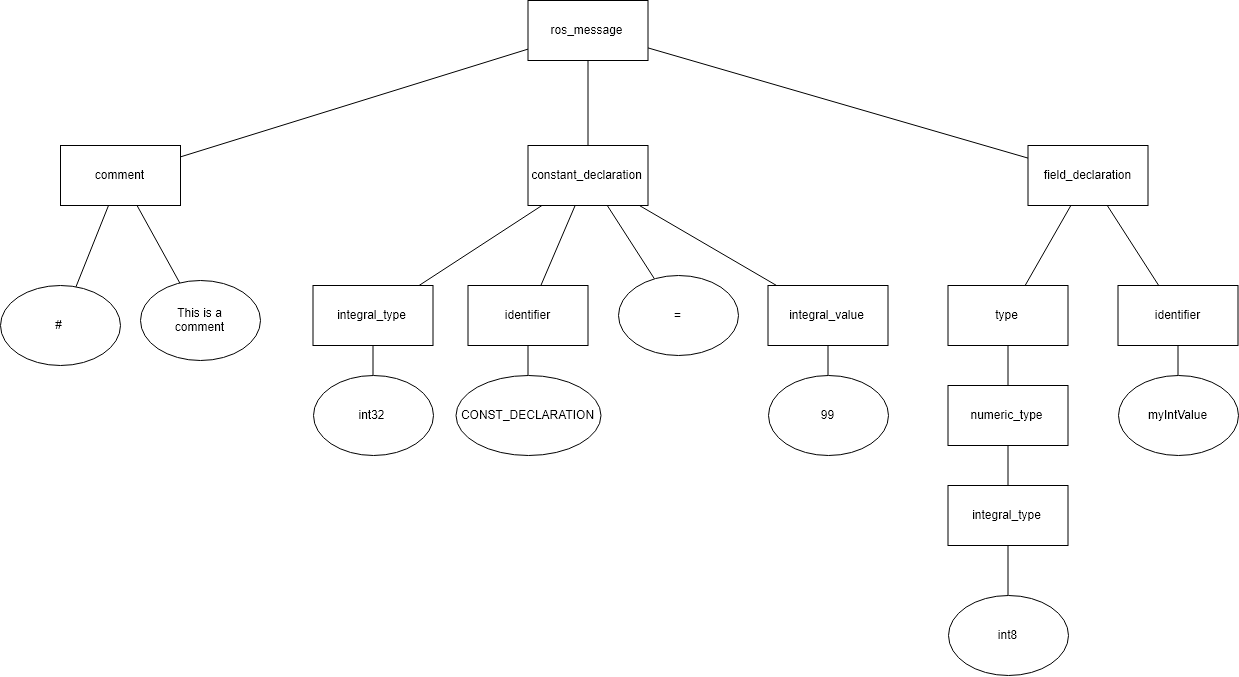
Earlier version of the draw.io export assets/simple-message-tree.png (jr-robotics/RobSharper.Ros.MessageParser). Source tidied: cells renumbered, new cells last; positions are measured from the earlier drawing's top-left corner, leaving out a move shared by most shapes. Its diagram source:
```xml
<mxGraphModel>
  <root>
    <mxCell id="0" />
    <mxCell id="1" parent="0" />
    <mxCell id="2" style="edgeStyle=none;rounded=0;jettySize=auto;html=1;endArrow=none;endFill=0;" parent="1" edge="1" source="4" target="9">
      <mxGeometry relative="1" as="geometry" />
    </mxCell>
    <mxCell id="3" style="edgeStyle=none;rounded=0;jettySize=auto;html=1;endArrow=none;endFill=0;" parent="1" edge="1" source="4" target="36">
      <mxGeometry relative="1" as="geometry" />
    </mxCell>
    <mxCell id="4" value="ros_message" style="rounded=0;whiteSpace=wrap;html=1;" parent="1" vertex="1">
      <mxGeometry x="527.5" width="120" height="60" as="geometry" />
    </mxCell>
    <mxCell id="5" style="edgeStyle=none;rounded=0;jettySize=auto;html=1;endArrow=none;endFill=0;" parent="1" edge="1" source="9" target="11">
      <mxGeometry relative="1" as="geometry" />
    </mxCell>
    <mxCell id="6" style="edgeStyle=none;rounded=0;jettySize=auto;html=1;endArrow=none;endFill=0;" parent="1" edge="1" source="9" target="14">
      <mxGeometry relative="1" as="geometry" />
    </mxCell>
    <mxCell id="7" style="edgeStyle=none;rounded=0;jettySize=auto;html=1;endArrow=none;endFill=0;" parent="1" edge="1" source="9" target="17">
      <mxGeometry relative="1" as="geometry" />
    </mxCell>
    <mxCell id="8" style="edgeStyle=none;rounded=0;jettySize=auto;html=1;endArrow=none;endFill=0;" parent="1" edge="1" source="9" target="20">
      <mxGeometry relative="1" as="geometry" />
    </mxCell>
    <mxCell id="9" value="constant_declaration&lt;br&gt;" style="rounded=0;whiteSpace=wrap;html=1;" parent="1" vertex="1">
      <mxGeometry x="527.5" y="145" width="120" height="60" as="geometry" />
    </mxCell>
    <mxCell id="10" style="edgeStyle=none;rounded=0;jettySize=auto;html=1;endArrow=none;endFill=0;" parent="1" edge="1" source="11" target="12">
      <mxGeometry relative="1" as="geometry" />
    </mxCell>
    <mxCell id="11" value="integral_type&lt;br&gt;" style="rounded=0;whiteSpace=wrap;html=1;" parent="1" vertex="1">
      <mxGeometry x="312.5" y="285" width="120" height="60" as="geometry" />
    </mxCell>
    <mxCell id="12" value="int32" style="ellipse;whiteSpace=wrap;html=1;" parent="1" vertex="1">
      <mxGeometry x="312.5" y="375" width="120" height="80" as="geometry" />
    </mxCell>
    <mxCell id="13" style="edgeStyle=none;rounded=0;jettySize=auto;html=1;endArrow=none;endFill=0;" parent="1" edge="1" source="14" target="15">
      <mxGeometry relative="1" as="geometry" />
    </mxCell>
    <mxCell id="14" value="identifier&lt;br&gt;" style="rounded=0;whiteSpace=wrap;html=1;" parent="1" vertex="1">
      <mxGeometry x="467.5" y="285" width="120" height="60" as="geometry" />
    </mxCell>
    <mxCell id="15" value="CONST_DECLARATION" style="ellipse;whiteSpace=wrap;html=1;" parent="1" vertex="1">
      <mxGeometry x="455" y="375" width="145" height="80" as="geometry" />
    </mxCell>
    <mxCell id="16" style="edgeStyle=none;rounded=0;jettySize=auto;html=1;endArrow=none;endFill=0;" parent="1" edge="1" source="17" target="18">
      <mxGeometry relative="1" as="geometry" />
    </mxCell>
    <mxCell id="17" value="integral_value" style="rounded=0;whiteSpace=wrap;html=1;" parent="1" vertex="1">
      <mxGeometry x="767.5" y="285" width="120" height="60" as="geometry" />
    </mxCell>
    <mxCell id="18" value="99" style="ellipse;whiteSpace=wrap;html=1;" parent="1" vertex="1">
      <mxGeometry x="767.5" y="375" width="120" height="80" as="geometry" />
    </mxCell>
    <mxCell id="19" style="edgeStyle=none;rounded=0;jettySize=auto;html=1;endArrow=none;endFill=0;" parent="1" edge="1" source="4" target="23">
      <mxGeometry relative="1" as="geometry" />
    </mxCell>
    <mxCell id="20" value="=" style="ellipse;whiteSpace=wrap;html=1;" parent="1" vertex="1">
      <mxGeometry x="617.5" y="275" width="120" height="80" as="geometry" />
    </mxCell>
    <mxCell id="21" style="edgeStyle=none;rounded=0;jettySize=auto;html=1;endArrow=none;endFill=0;" parent="1" edge="1" source="23" target="25">
      <mxGeometry relative="1" as="geometry" />
    </mxCell>
    <mxCell id="22" style="edgeStyle=none;rounded=0;jettySize=auto;html=1;endArrow=none;endFill=0;" parent="1" edge="1" source="23" target="32">
      <mxGeometry relative="1" as="geometry" />
    </mxCell>
    <mxCell id="23" value="field_declaration" style="rounded=0;whiteSpace=wrap;html=1;" parent="1" vertex="1">
      <mxGeometry x="1027.5" y="145" width="120" height="60" as="geometry" />
    </mxCell>
    <mxCell id="24" style="edgeStyle=none;rounded=0;jettySize=auto;html=1;endArrow=none;endFill=0;" parent="1" edge="1" source="25" target="27">
      <mxGeometry relative="1" as="geometry" />
    </mxCell>
    <mxCell id="25" value="type" style="rounded=0;whiteSpace=wrap;html=1;" parent="1" vertex="1">
      <mxGeometry x="947.5" y="285" width="120" height="60" as="geometry" />
    </mxCell>
    <mxCell id="26" style="edgeStyle=none;rounded=0;jettySize=auto;html=1;endArrow=none;endFill=0;" parent="1" edge="1" source="27" target="29">
      <mxGeometry relative="1" as="geometry" />
    </mxCell>
    <mxCell id="27" value="numeric_type" style="rounded=0;whiteSpace=wrap;html=1;" parent="1" vertex="1">
      <mxGeometry x="947.5" y="385" width="120" height="60" as="geometry" />
    </mxCell>
    <mxCell id="28" style="edgeStyle=none;rounded=0;jettySize=auto;html=1;endArrow=none;endFill=0;" parent="1" edge="1" source="29" target="30">
      <mxGeometry relative="1" as="geometry" />
    </mxCell>
    <mxCell id="29" value="integral_type" style="rounded=0;whiteSpace=wrap;html=1;" parent="1" vertex="1">
      <mxGeometry x="947.5" y="485" width="120" height="60" as="geometry" />
    </mxCell>
    <mxCell id="30" value="int8" style="ellipse;whiteSpace=wrap;html=1;" parent="1" vertex="1">
      <mxGeometry x="947.5" y="595" width="120" height="80" as="geometry" />
    </mxCell>
    <mxCell id="31" style="edgeStyle=none;rounded=0;jettySize=auto;html=1;endArrow=none;endFill=0;" parent="1" edge="1" source="32" target="33">
      <mxGeometry relative="1" as="geometry" />
    </mxCell>
    <mxCell id="32" value="identifier" style="rounded=0;whiteSpace=wrap;html=1;" parent="1" vertex="1">
      <mxGeometry x="1117.5" y="285" width="120" height="60" as="geometry" />
    </mxCell>
    <mxCell id="33" value="myIntValue" style="ellipse;whiteSpace=wrap;html=1;" parent="1" vertex="1">
      <mxGeometry x="1117.5" y="375" width="120" height="80" as="geometry" />
    </mxCell>
    <mxCell id="34" style="edgeStyle=none;rounded=0;jettySize=auto;html=1;endArrow=none;endFill=0;" parent="1" edge="1" source="36" target="37">
      <mxGeometry relative="1" as="geometry" />
    </mxCell>
    <mxCell id="35" style="edgeStyle=none;rounded=0;jettySize=auto;html=1;endArrow=none;endFill=0;" parent="1" edge="1" source="36" target="38">
      <mxGeometry relative="1" as="geometry" />
    </mxCell>
    <mxCell id="36" value="comment" style="rounded=0;whiteSpace=wrap;html=1;" parent="1" vertex="1">
      <mxGeometry x="60" y="145" width="120" height="60" as="geometry" />
    </mxCell>
    <mxCell id="37" value="#" style="ellipse;whiteSpace=wrap;html=1;" parent="1" vertex="1">
      <mxGeometry y="285" width="120" height="80" as="geometry" />
    </mxCell>
    <mxCell id="38" value="This is a&lt;br&gt;comment&lt;br&gt;" style="ellipse;whiteSpace=wrap;html=1;" parent="1" vertex="1">
      <mxGeometry x="140" y="280" width="120" height="80" as="geometry" />
    </mxCell>
  </root>
</mxGraphModel>
```
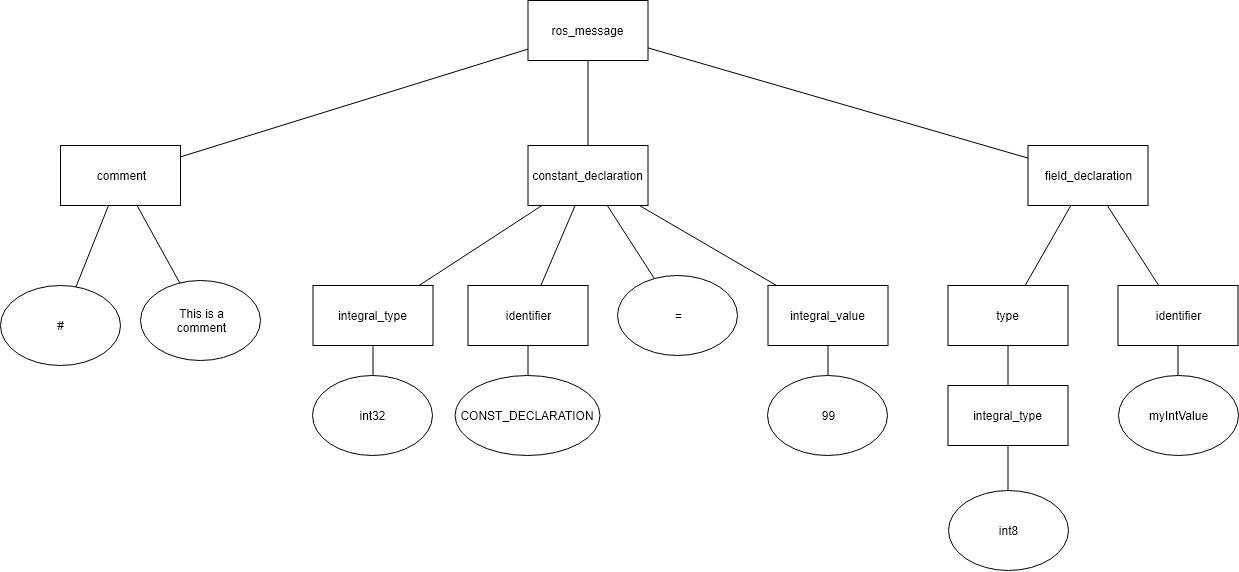
Above is the later version.

Change to the diagram source:
```diff
@@ -68,26 +68,20 @@
     <mxCell id="23" value="field_declaration" style="rounded=0;whiteSpace=wrap;html=1;" parent="1" vertex="1">
       <mxGeometry x="1027.5" y="145" width="120" height="60" as="geometry" />
     </mxCell>
-    <mxCell id="24" style="edgeStyle=none;rounded=0;jettySize=auto;html=1;endArrow=none;endFill=0;" parent="1" edge="1" source="25" target="27">
-      <mxGeometry relative="1" as="geometry" />
-    </mxCell>
+    <mxCell id="39" style="edgeStyle=none;rounded=0;jettySize=auto;html=1;endArrow=none;endFill=0;" parent="1" edge="1" source="25" target="29">
+      <mxGeometry relative="1" as="geometry" />
+    </mxCell>
     <mxCell id="25" value="type" style="rounded=0;whiteSpace=wrap;html=1;" parent="1" vertex="1">
       <mxGeometry x="947.5" y="285" width="120" height="60" as="geometry" />
     </mxCell>
-    <mxCell id="26" style="edgeStyle=none;rounded=0;jettySize=auto;html=1;endArrow=none;endFill=0;" parent="1" edge="1" source="27" target="29">
-      <mxGeometry relative="1" as="geometry" />
-    </mxCell>
-    <mxCell id="27" value="numeric_type" style="rounded=0;whiteSpace=wrap;html=1;" parent="1" vertex="1">
-      <mxGeometry x="947.5" y="385" width="120" height="60" as="geometry" />
-    </mxCell>
     <mxCell id="28" style="edgeStyle=none;rounded=0;jettySize=auto;html=1;endArrow=none;endFill=0;" parent="1" edge="1" source="29" target="30">
       <mxGeometry relative="1" as="geometry" />
     </mxCell>
     <mxCell id="29" value="integral_type" style="rounded=0;whiteSpace=wrap;html=1;" parent="1" vertex="1">
-      <mxGeometry x="947.5" y="485" width="120" height="60" as="geometry" />
+      <mxGeometry x="947.5" y="385" width="120" height="60" as="geometry" />
     </mxCell>
     <mxCell id="30" value="int8" style="ellipse;whiteSpace=wrap;html=1;" parent="1" vertex="1">
-      <mxGeometry x="947.5" y="595" width="120" height="80" as="geometry" />
+      <mxGeometry x="947.5" y="490" width="120" height="80" as="geometry" />
     </mxCell>
     <mxCell id="31" style="edgeStyle=none;rounded=0;jettySize=auto;html=1;endArrow=none;endFill=0;" parent="1" edge="1" source="32" target="33">
       <mxGeometry relative="1" as="geometry" />
```
